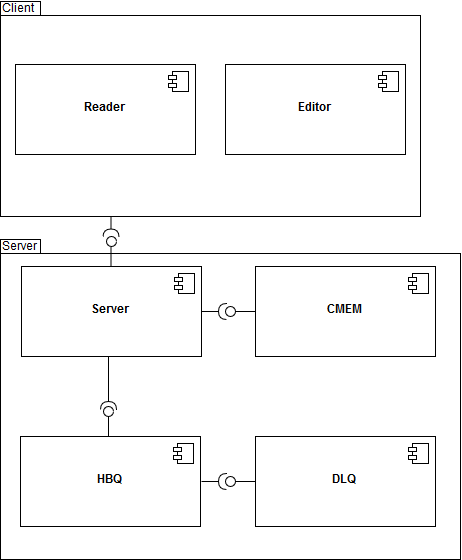
Above: exercise1/docs/component-diagram.png in meandor/vs2017 (draw.io), before the change. Source tidied: cells renumbered, new cells last; positions are measured from the earlier drawing's top-left corner, leaving out a move shared by most shapes.
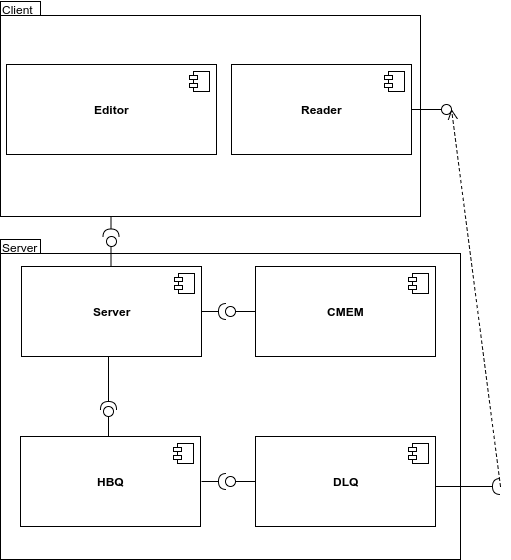
The same file after the commit.

Change to the diagram source:
```diff
@@ -8,16 +8,8 @@
     <mxCell id="3" style="shape=folder;fontStyle=1;spacingTop=10;tabWidth=40;tabHeight=14;tabPosition=left;html=1;" parent="1" vertex="1">
       <mxGeometry y="1" width="420" height="215" as="geometry" />
     </mxCell>
-    <mxCell id="4" value="&lt;b&gt;Reader&lt;/b&gt;" style="html=1;" parent="1" vertex="1">
-      <mxGeometry x="15" y="64" width="180" height="90" as="geometry" />
-    </mxCell>
-    <mxCell id="5" style="shape=component;jettyWidth=8;jettyHeight=4;" parent="4" vertex="1">
-      <mxGeometry x="1" width="20" height="20" relative="1" as="geometry">
-        <mxPoint x="-27" y="7" as="offset" />
-      </mxGeometry>
-    </mxCell>
     <mxCell id="6" value="&lt;b&gt;Editor&lt;/b&gt;" style="html=1;" parent="1" vertex="1">
-      <mxGeometry x="225" y="64" width="180" height="90" as="geometry" />
+      <mxGeometry x="6" y="64" width="210" height="90" as="geometry" />
     </mxCell>
     <mxCell id="7" style="shape=component;jettyWidth=8;jettyHeight=4;" parent="6" vertex="1">
       <mxGeometry x="1" width="20" height="20" relative="1" as="geometry">
@@ -86,5 +78,24 @@
     <mxCell id="25" value="Server" style="text;html=1;align=left;verticalAlign=top;spacingTop=-4;" parent="1" vertex="1">
       <mxGeometry y="238" width="50" height="20" as="geometry" />
     </mxCell>
+    <mxCell id="26" style="shape=lollipop;direction=south;html=1;rotation=0;" parent="1" vertex="1">
+      <mxGeometry x="411" y="104" width="40" height="10" as="geometry" />
+    </mxCell>
+    <mxCell id="4" value="&lt;b&gt;Reader&lt;/b&gt;" style="html=1;" parent="1" vertex="1">
+      <mxGeometry x="231" y="64" width="180" height="90" as="geometry" />
+    </mxCell>
+    <mxCell id="5" style="shape=component;jettyWidth=8;jettyHeight=4;" parent="4" vertex="1">
+      <mxGeometry x="1" width="20" height="20" relative="1" as="geometry">
+        <mxPoint x="-27" y="7" as="offset" />
+      </mxGeometry>
+    </mxCell>
+    <mxCell id="27" style="shape=requires;direction=north;html=1;rotation=180;" parent="1" vertex="1">
+      <mxGeometry x="435" y="476" width="70" height="20" as="geometry" />
+    </mxCell>
+    <mxCell id="28" style="html=1;verticalAlign=bottom;endArrow=open;dashed=1;endSize=8;entryX=0.5;entryY=0;entryPerimeter=0;" parent="1" edge="1" target="26">
+      <mxGeometry relative="1" as="geometry">
+        <mxPoint x="500" y="486" as="sourcePoint" />
+      </mxGeometry>
+    </mxCell>
   </root>
 </mxGraphModel>
```
